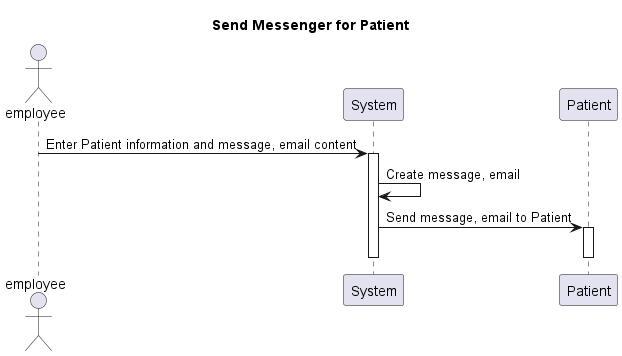
baonehe/SE357-Pratice-class keeps this PlantUML diagram as Lab1.2/Sequence diagram/SendMessForPatient_sequence.png. Above is the earlier version. Source of this version:
```plantuml
@startuml
Title Send Messenger for Patient
actor employee
participant System

employee -> System: Enter Patient information and message, email content
activate System
System -> System: Create message, email
System -> Patient: Send message, email to Patient
activate Patient
deactivate System
deactivate Patient
@enduml
```
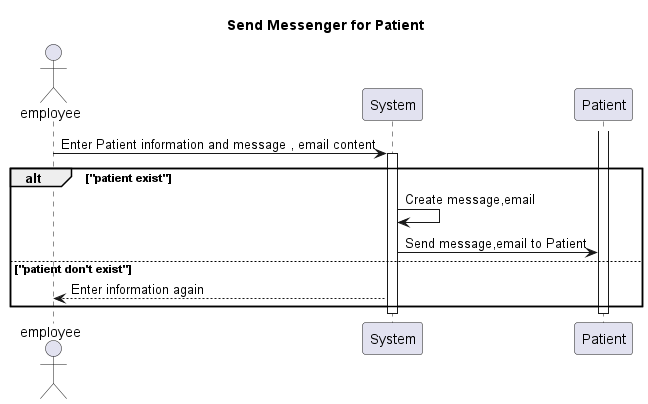
After the commit.

Diff of the diagram source:
```diff
@@ -3,10 +3,14 @@
 actor employee
 participant System
 
-employee -> System: Enter Patient information and message, email content
+employee -> System: Enter Patient information and message , email content
+alt "patient exist"
 activate System
-System -> System: Create message, email
-System -> Patient: Send message, email to Patient
+System -> System: Create message,email
+System -> Patient: Send message,email to Patient
+else  "patient don't exist"
+System --> employee: Enter information again
+end
 activate Patient
 deactivate System
 deactivate Patient
```
